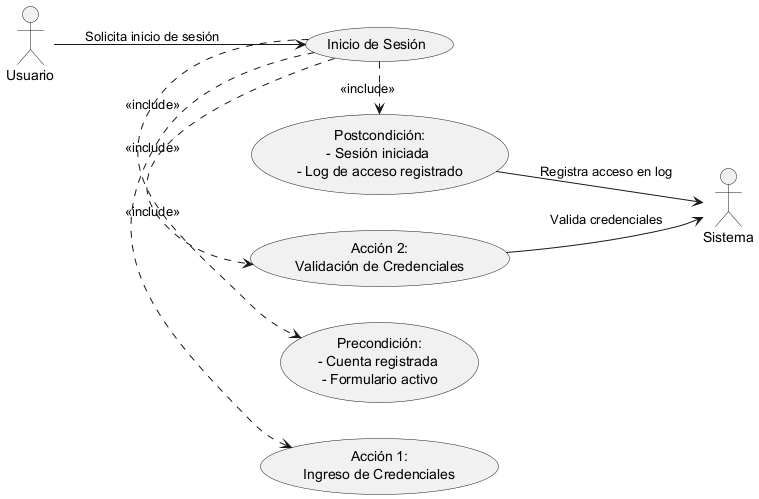
This is Diagramas/PNG/casoDeUso2.png from wilmereleon/PlenaStudio, a PlantUML export, as it was before one commit.
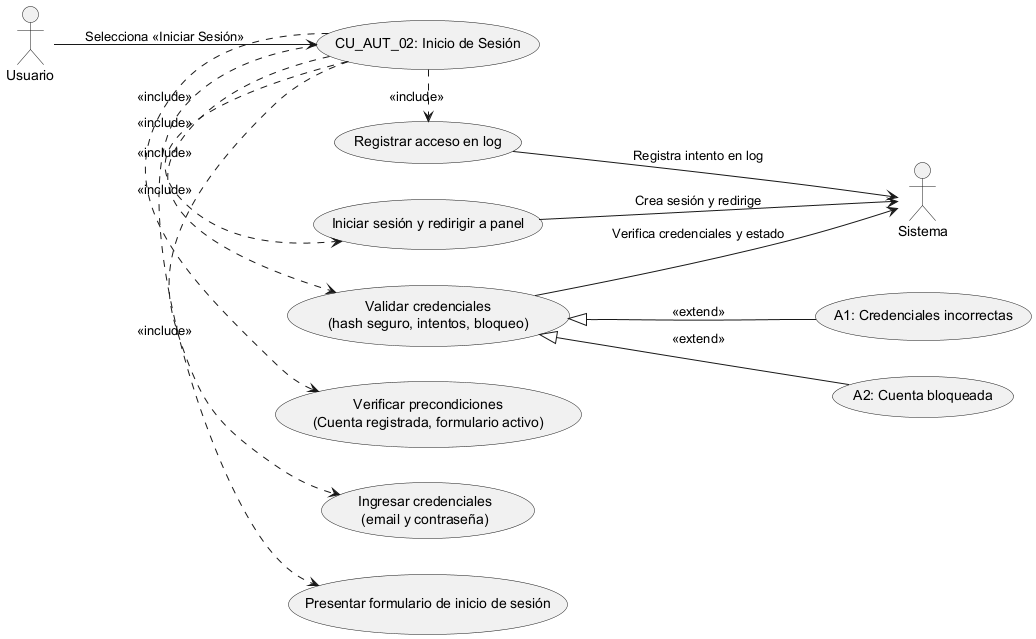
After the commit.

What changed in the source:
```diff
@@ -4,20 +4,30 @@
 actor "Usuario" as user
 actor "Sistema" as sys
 
-usecase "Inicio de Sesión" as UC_LOGIN
+usecase "CU_AUT_02: Inicio de Sesión" as UC_LOGIN
 
-usecase "Precondición:\n- Cuenta registrada \n- Formulario activo" as UC_PRE_LOGIN
-usecase "Acción 1:\nIngreso de Credenciales" as UC_CREDENT
-usecase "Acción 2:\nValidación de Credenciales" as UC_VALIDAR
-usecase "Postcondición:\n- Sesión iniciada \n- Log de acceso registrado" as UC_POST_LOGIN
+usecase "Verificar precondiciones\n(Cuenta registrada, formulario activo)" as UC_PRE_LOGIN
+usecase "Presentar formulario de inicio de sesión" as UC_FORM
 
-user --> UC_LOGIN : Solicita inicio de sesión
+usecase "Ingresar credenciales\n(email y contraseña)" as UC_CREDENT
+usecase "Validar credenciales\n(hash seguro, intentos, bloqueo)" as UC_VALIDAR
+usecase "A1: Credenciales incorrectas" as UC_A1
+usecase "A2: Cuenta bloqueada" as UC_A2
+usecase "Iniciar sesión y redirigir a panel" as UC_SUCCESS
+usecase "Registrar acceso en log" as UC_LOG
+
+user --> UC_LOGIN : Selecciona «Iniciar Sesión»
 UC_LOGIN .> UC_PRE_LOGIN : <<include>>
+UC_LOGIN .> UC_FORM : <<include>>
 UC_LOGIN .> UC_CREDENT : <<include>>
 UC_LOGIN .> UC_VALIDAR : <<include>>
-UC_LOGIN .> UC_POST_LOGIN : <<include>>
+UC_VALIDAR <|-- UC_A1 : <<extend>>
+UC_VALIDAR <|-- UC_A2 : <<extend>>
+UC_LOGIN .> UC_SUCCESS : <<include>>
+UC_LOGIN .> UC_LOG : <<include>>
 
-UC_VALIDAR --> sys : Valida credenciales
-UC_POST_LOGIN --> sys : Registra acceso en log
+UC_VALIDAR --> sys : Verifica credenciales y estado
+UC_SUCCESS --> sys : Crea sesión y redirige
+UC_LOG --> sys : Registra intento en log
 
 @enduml
```
